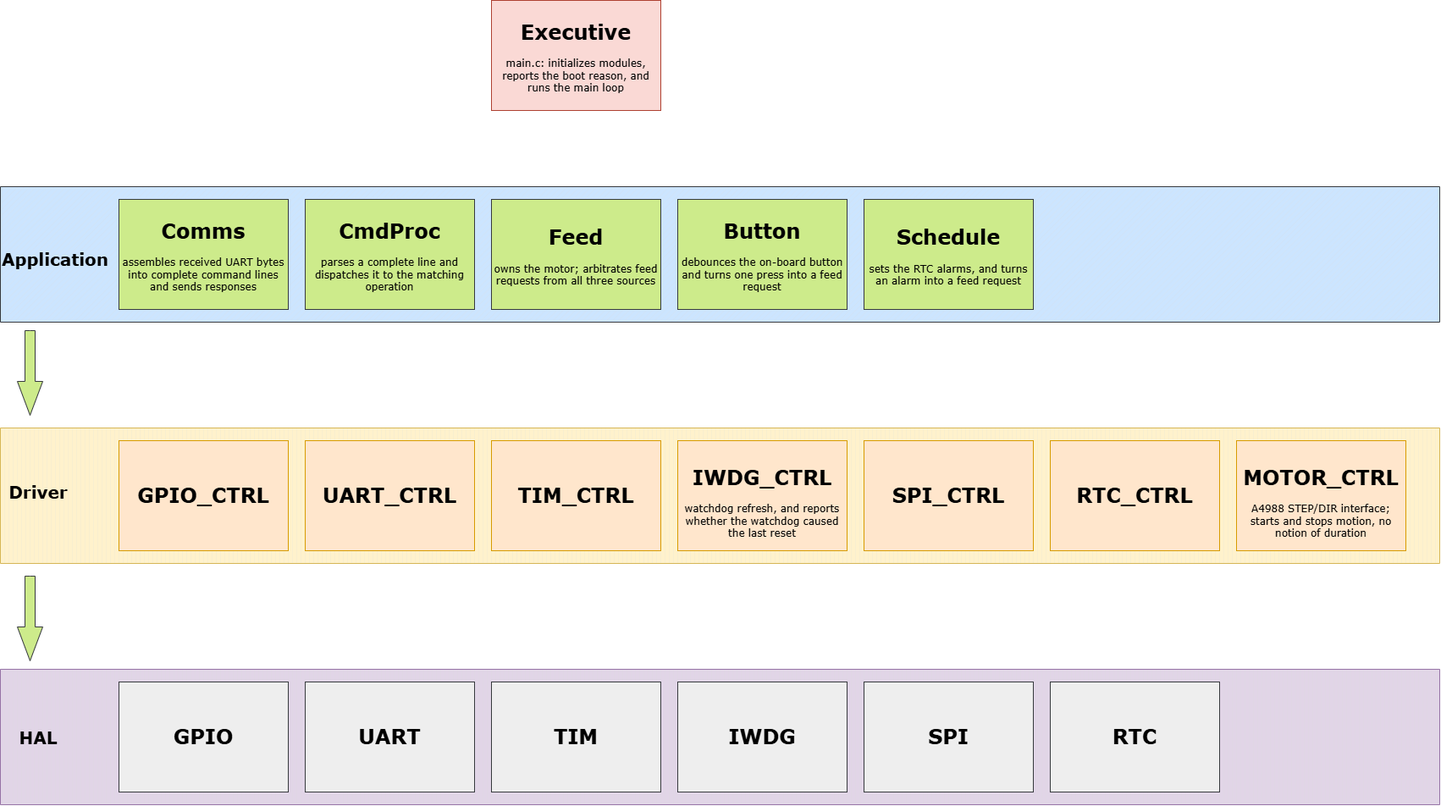
Above: docs/Layered Architecture.png in yuheng2002/FelineGuard (draw.io), before the change. Source tidied: cells renumbered, new cells last; positions are measured from the earlier drawing's top-left corner, leaving out a move shared by most shapes.
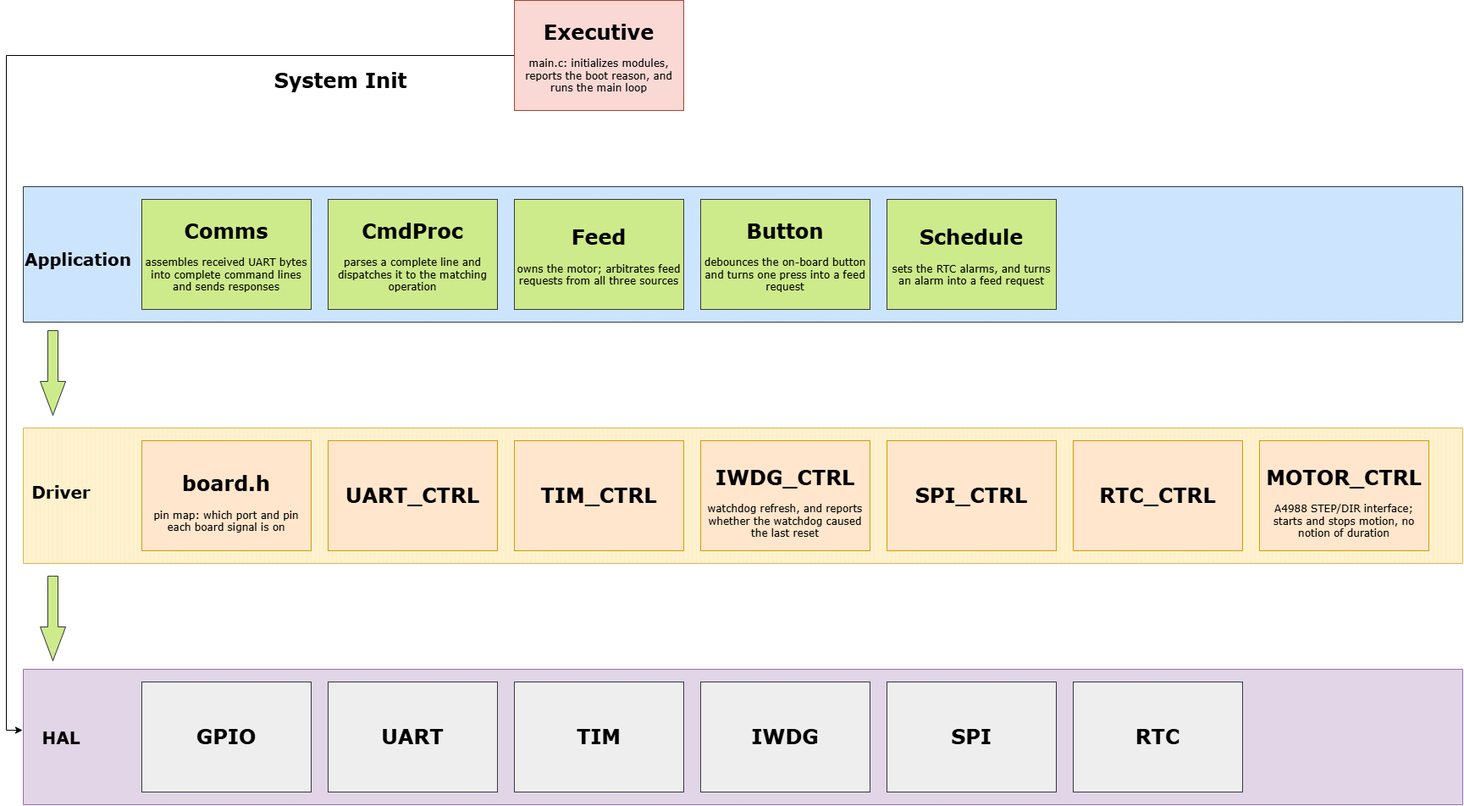
The same file after the commit.

Commit message:
replace GPIO_CTRL with board.h, and point from Executive to HAL to allow direct system init

What changed in the source:
```diff
@@ -29,12 +29,12 @@
     <mxCell id="10" value="&lt;h1&gt;&lt;font&gt;RTC_CTRL&lt;/font&gt;&lt;/h1&gt;" style="rounded=0;whiteSpace=wrap;html=1;fillColor=#ffe6cc;strokeColor=#d79b00;fontFamily=Verdana;" parent="1" vertex="1">
       <mxGeometry x="1240" y="520" width="200" height="130" as="geometry" />
     </mxCell>
-    <mxCell id="11" value="&lt;h1&gt;&lt;font&gt;GPIO_CTRL&lt;/font&gt;&lt;/h1&gt;" style="rounded=0;whiteSpace=wrap;html=1;fillColor=#ffe6cc;strokeColor=#d79b00;fontFamily=Verdana;" parent="1" vertex="1">
-      <mxGeometry x="140" y="520" width="200" height="130" as="geometry" />
-    </mxCell>
     <mxCell id="12" value="&lt;h1&gt;&lt;font&gt;SPI_CTRL&lt;/font&gt;&lt;/h1&gt;" style="rounded=0;whiteSpace=wrap;html=1;fillColor=#ffe6cc;strokeColor=#d79b00;fontFamily=Verdana;" parent="1" vertex="1">
       <mxGeometry x="1020" y="520" width="200" height="130" as="geometry" />
     </mxCell>
+    <mxCell id="29" style="edgeStyle=orthogonalEdgeStyle;rounded=0;jettySize=auto;html=1;entryX=-0.011;entryY=0.386;entryDx=0;entryDy=0;entryPerimeter=0;" parent="1" edge="1" source="13" target="6">
+      <mxGeometry relative="1" as="geometry" />
+    </mxCell>
     <mxCell id="13" value="&lt;h1&gt;&lt;font&gt;Executive&lt;/font&gt;&lt;/h1&gt;&lt;p&gt;&lt;code class=&quot;bg-text-200/5 border border-0.5 border-border-300 text-danger-000 whitespace-pre-wrap rounded-[0.4rem] px-1 py-px text-[0.9rem]&quot;&gt;&lt;font face=&quot;Verdana&quot;&gt;main.c&lt;/font&gt;&lt;/code&gt;: initializes modules, reports the boot reason, and runs the main loop&lt;/p&gt;" style="rounded=0;whiteSpace=wrap;html=1;fontFamily=Verdana;fillColor=#fad9d5;strokeColor=#ae4132;" parent="1" vertex="1">
       <mxGeometry x="580" width="200" height="130" as="geometry" />
     </mxCell>
@@ -83,5 +83,11 @@
     <mxCell id="28" value="&lt;h1&gt;&lt;font face=&quot;Verdana&quot;&gt;Schedule&lt;/font&gt;&lt;/h1&gt;&lt;p&gt;sets the RTC alarms, and turns an alarm into a feed request&lt;/p&gt;" style="rounded=0;whiteSpace=wrap;html=1;fillColor=#cdeb8b;strokeColor=#36393d;fontFamily=Verdana;" parent="1" vertex="1">
       <mxGeometry x="1020" y="235" width="200" height="130" as="geometry" />
     </mxCell>
+    <mxCell id="30" value="&lt;h1&gt;&lt;font face=&quot;Verdana&quot;&gt;System Init&lt;/font&gt;&lt;/h1&gt;" style="text;html=1;whiteSpace=wrap;strokeColor=none;fillColor=none;align=center;verticalAlign=middle;rounded=0;" parent="1" vertex="1">
+      <mxGeometry x="290" y="80" width="170" height="30" as="geometry" />
+    </mxCell>
+    <mxCell id="31" value="&lt;h1&gt;&lt;font&gt;board.h&lt;/font&gt;&lt;/h1&gt;&lt;div&gt;&lt;font&gt;pin map: which port and pin each board signal is on&lt;/font&gt;&lt;/div&gt;" style="rounded=0;whiteSpace=wrap;html=1;fillColor=#ffe6cc;strokeColor=#d79b00;fontFamily=Verdana;" parent="1" vertex="1">
+      <mxGeometry x="140" y="520" width="200" height="130" as="geometry" />
+    </mxCell>
   </root>
 </mxGraphModel>
```
